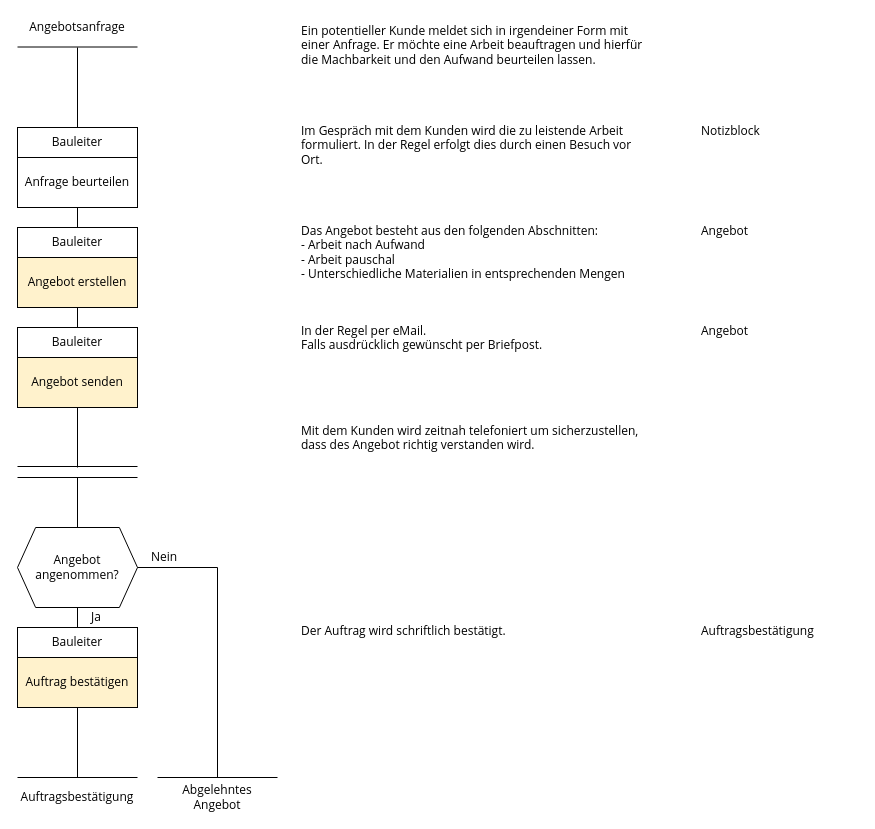
Before: Prozess Kundenanfrage.drawio in Mint-System/Odoo-Wiki, a draw.io diagram. Source tidied: cells renumbered, new cells numbered last; positions are measured from the earlier drawing's top-left corner, leaving out a move shared by most shapes. Both pictures are drawn from the tidied source at 100%, with x=0, y=0 at pixel (17, 17).
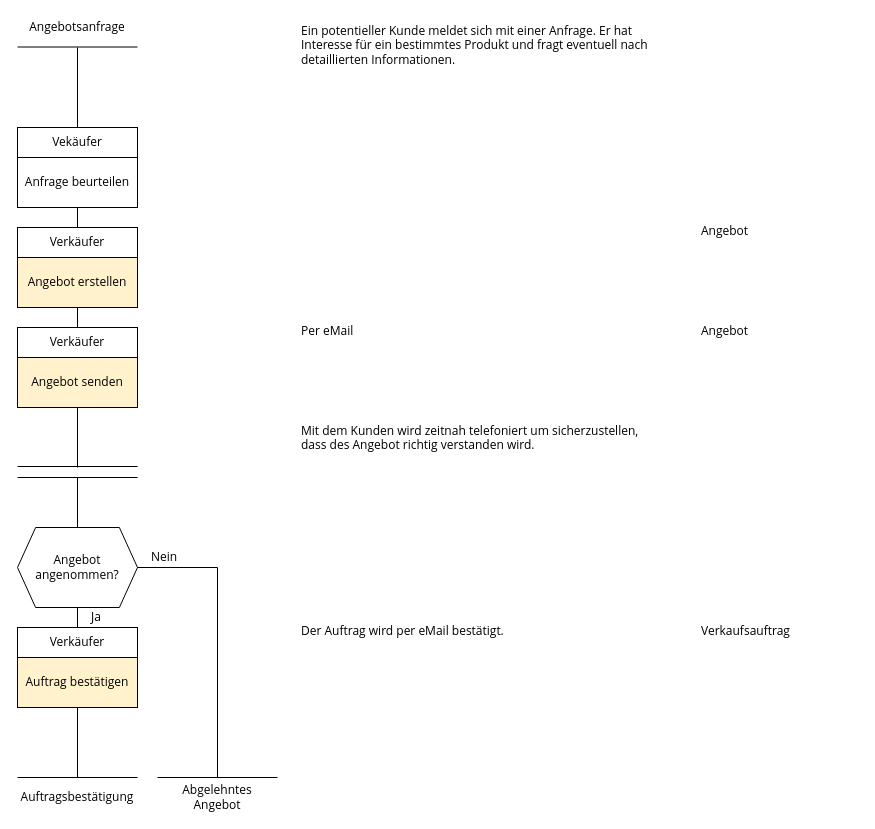
After the change.

Change to the diagram source:
```diff
@@
-    <mxCell id="2" value="Im Gespräch mit dem Kunden wird die zu leistende Arbeit formuliert. In der Regel erfolgt dies durch einen Besuch vor Ort." style="rounded=0;whiteSpace=wrap;html=1;align=left;horizontal=1;verticalAlign=top;strokeColor=none;fontFamily=Open Sans;fontSize=12;spacingLeft=2;spacingRight=2;" parent="1" vertex="1">
+    <mxCell id="2" style="rounded=0;whiteSpace=wrap;html=1;align=left;horizontal=1;verticalAlign=top;strokeColor=none;fontFamily=Open Sans;fontSize=12;spacingLeft=2;spacingRight=2;" parent="1" vertex="1">
       <mxGeometry x="280" y="100" width="360" height="100" as="geometry" />
     </mxCell>
@@
-    <mxCell id="13" value="Bauleiter" style="rounded=0;whiteSpace=wrap;html=1;fontFamily=Open Sans;fontSize=12;spacingLeft=2;spacingRight=2;" parent="1" vertex="1">
+    <mxCell id="13" value="Vekäufer" style="rounded=0;whiteSpace=wrap;html=1;fontFamily=Open Sans;fontSize=12;spacingLeft=2;spacingRight=2;" parent="1" vertex="1">
       <mxGeometry y="110" width="120" height="30" as="geometry" />
     </mxCell>
-    <mxCell id="14" value="Notizblock" style="rounded=0;whiteSpace=wrap;html=1;align=left;horizontal=1;verticalAlign=top;strokeColor=none;fontFamily=Open Sans;fontSize=12;spacingLeft=2;spacingRight=2;" parent="1" vertex="1">
-      <mxGeometry x="680" y="100" width="160" height="100" as="geometry" />
-    </mxCell>
-    <mxCell id="15" value="Ein potentieller Kunde meldet sich in irgendeiner Form mit einer Anfrage. Er möchte eine Arbeit beauftragen und hierfür die Machbarkeit und den Aufwand beurteilen lassen." style="rounded=0;whiteSpace=wrap;html=1;align=left;horizontal=1;verticalAlign=top;strokeColor=none;fontFamily=Open Sans;fontSize=12;spacingLeft=2;spacingRight=2;" parent="1" vertex="1">
+    <mxCell id="15" value="Ein potentieller Kunde meldet sich mit einer Anfrage. Er hat Interesse für ein bestimmtes Produkt und fragt eventuell nach detaillierten Informationen." style="rounded=0;whiteSpace=wrap;html=1;align=left;horizontal=1;verticalAlign=top;strokeColor=none;fontFamily=Open Sans;fontSize=12;spacingLeft=2;spacingRight=2;" parent="1" vertex="1">
       <mxGeometry x="280" width="360" height="100" as="geometry" />
     </mxCell>
@@
-    <mxCell id="18" value="Bauleiter" style="rounded=0;whiteSpace=wrap;html=1;fontFamily=Open Sans;fontSize=12;spacingLeft=2;spacingRight=2;" parent="1" vertex="1">
+    <mxCell id="18" value="Verkäufer" style="rounded=0;whiteSpace=wrap;html=1;fontFamily=Open Sans;fontSize=12;spacingLeft=2;spacingRight=2;" parent="1" vertex="1">
       <mxGeometry y="210" width="120" height="30" as="geometry" />
     </mxCell>
-    <mxCell id="19" value="Das Angebot besteht aus den folgenden Abschnitten:&lt;br style=&quot;font-size: 12px;&quot;&gt;- Arbeit nach Aufwand&lt;br style=&quot;font-size: 12px;&quot;&gt;- Arbeit pauschal&lt;br style=&quot;font-size: 12px;&quot;&gt;- Unterschiedliche Materialien in entsprechenden Mengen" style="rounded=0;whiteSpace=wrap;html=1;align=left;horizontal=1;verticalAlign=top;strokeColor=none;fontFamily=Open Sans;fontSize=12;spacingLeft=2;spacingRight=2;" parent="1" vertex="1">
+    <mxCell id="19" style="rounded=0;whiteSpace=wrap;html=1;align=left;horizontal=1;verticalAlign=top;strokeColor=none;fontFamily=Open Sans;fontSize=12;spacingLeft=2;spacingRight=2;" parent="1" vertex="1">
       <mxGeometry x="280" y="200" width="360" height="100" as="geometry" />
     </mxCell>
@@
-    <mxCell id="23" value="Bauleiter" style="rounded=0;whiteSpace=wrap;html=1;fontFamily=Open Sans;fontSize=12;spacingLeft=2;spacingRight=2;" parent="1" vertex="1">
+    <mxCell id="23" value="Verkäufer" style="rounded=0;whiteSpace=wrap;html=1;fontFamily=Open Sans;fontSize=12;spacingLeft=2;spacingRight=2;" parent="1" vertex="1">
       <mxGeometry y="310" width="120" height="30" as="geometry" />
     </mxCell>
-    <mxCell id="24" value="In der Regel per eMail.&lt;br style=&quot;font-size: 12px;&quot;&gt;Falls ausdrücklich gewünscht per Briefpost.&lt;br style=&quot;font-size: 12px;&quot;&gt;&lt;br style=&quot;font-size: 12px;&quot;&gt;" style="rounded=0;whiteSpace=wrap;html=1;align=left;horizontal=1;verticalAlign=top;strokeColor=none;fontFamily=Open Sans;fontSize=12;spacingLeft=2;spacingRight=2;" parent="1" vertex="1">
+    <mxCell id="24" value="Per eMail" style="rounded=0;whiteSpace=wrap;html=1;align=left;horizontal=1;verticalAlign=top;strokeColor=none;fontFamily=Open Sans;fontSize=12;spacingLeft=2;spacingRight=2;" parent="1" vertex="1">
       <mxGeometry x="280" y="300" width="360" height="100" as="geometry" />
     </mxCell>
@@
-    <mxCell id="28" value="Bauleiter" style="rounded=0;whiteSpace=wrap;html=1;fontFamily=Open Sans;fontSize=12;spacingLeft=2;spacingRight=2;" parent="1" vertex="1">
+    <mxCell id="28" value="Verkäufer" style="rounded=0;whiteSpace=wrap;html=1;fontFamily=Open Sans;fontSize=12;spacingLeft=2;spacingRight=2;" parent="1" vertex="1">
       <mxGeometry y="610" width="120" height="30" as="geometry" />
     </mxCell>
@@
-    <mxCell id="40" value="Auftragsbestätigung" style="rounded=0;whiteSpace=wrap;html=1;align=left;horizontal=1;verticalAlign=top;strokeColor=none;fontFamily=Open Sans;fontSize=12;spacingLeft=2;spacingRight=2;" parent="1" vertex="1">
+    <mxCell id="40" value="Verkaufsauftrag" style="rounded=0;whiteSpace=wrap;html=1;align=left;horizontal=1;verticalAlign=top;strokeColor=none;fontFamily=Open Sans;fontSize=12;spacingLeft=2;spacingRight=2;" parent="1" vertex="1">
       <mxGeometry x="680" y="600" width="160" height="100" as="geometry" />
     </mxCell>
-    <mxCell id="41" value="Der Auftrag wird schriftlich bestätigt." style="rounded=0;whiteSpace=wrap;html=1;align=left;horizontal=1;verticalAlign=top;strokeColor=none;fontFamily=Open Sans;fontSize=12;spacingLeft=2;spacingRight=2;" parent="1" vertex="1">
+    <mxCell id="41" value="Der Auftrag wird per eMail bestätigt." style="rounded=0;whiteSpace=wrap;html=1;align=left;horizontal=1;verticalAlign=top;strokeColor=none;fontFamily=Open Sans;fontSize=12;spacingLeft=2;spacingRight=2;" parent="1" vertex="1">
       <mxGeometry x="280" y="600" width="360" height="100" as="geometry" />
     </mxCell>
```
